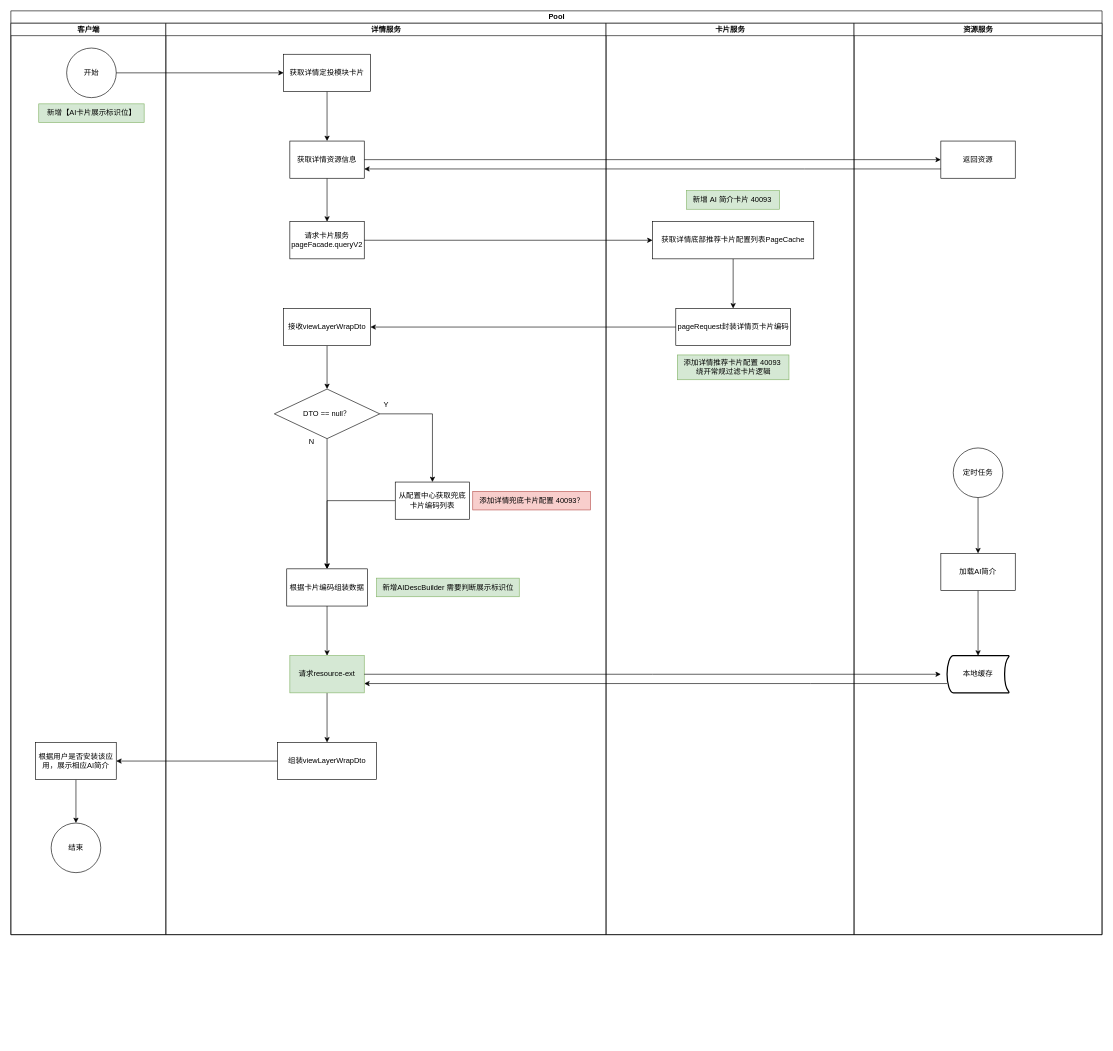
ETHAN0430/draw.io.repo keeps this draw.io diagram as 21941448 详情页新增AI简介.drawio. Above is the earlier version. Source tidied: cells renumbered, new cells numbered last; positions are measured from the earlier drawing's top-left corner, leaving out a move shared by most shapes. Both pictures are drawn from the tidied source at 62%, with x=0, y=0 at pixel (11, 11).
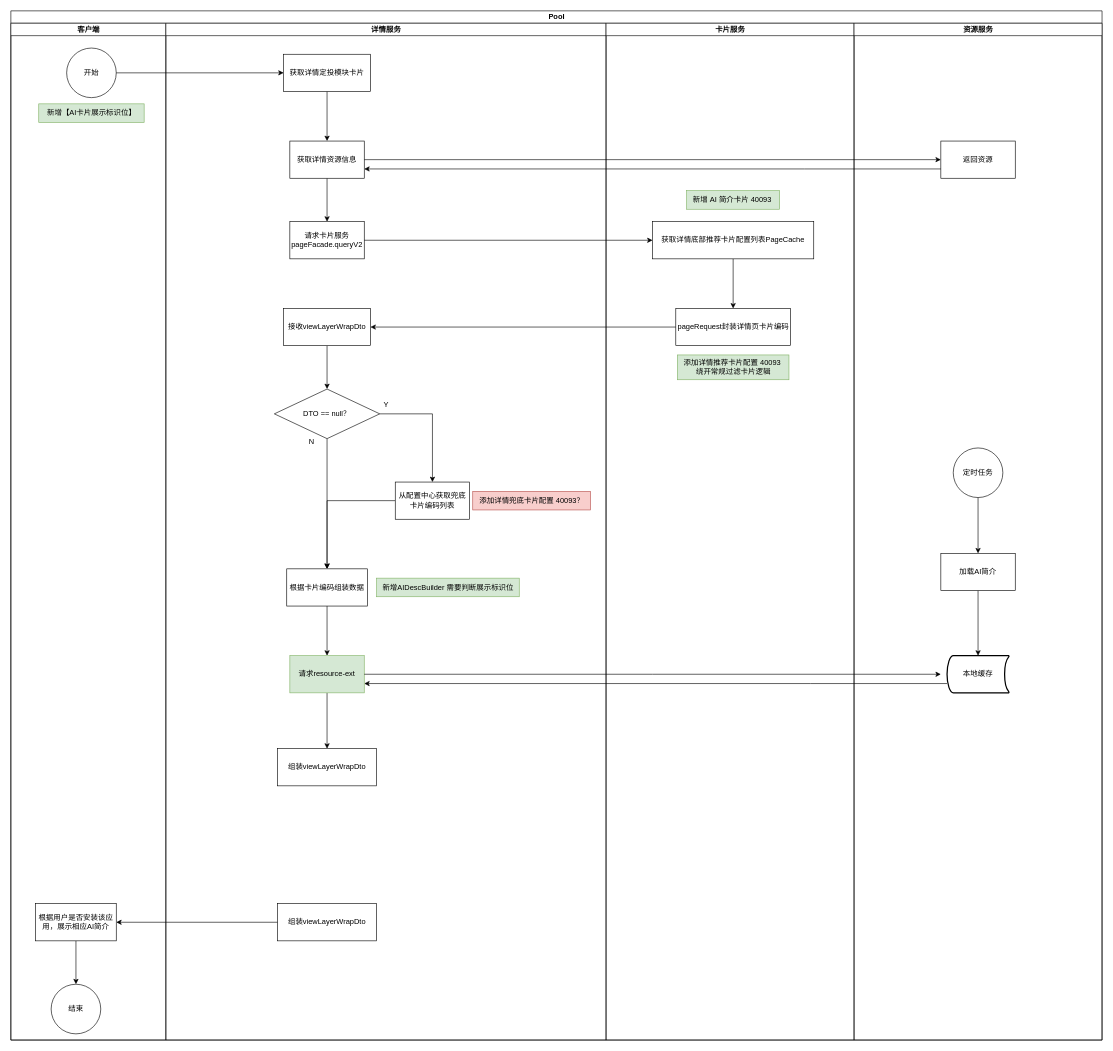
After the change.

Commit message:
更新21941448 详情页新增AI简介.drawio

Unchanged cells that the change refers to:
```xml
<mxCell id="29" value="请求resource-ext" style="whiteSpace=wrap;html=1;fillColor=#d5e8d4;strokeColor=#82b366;" parent="9" vertex="1">
  <mxGeometry x="200" y="1020" width="120" height="60" as="geometry" />
</mxCell>
```

Diff of the diagram source:
```diff
@@
     <mxCell id="2" value="Pool" style="swimlane;startSize=20;html=1;" parent="1" vertex="1">
-      <mxGeometry width="1760" height="1490" as="geometry" />
+      <mxGeometry width="1760" height="1660" as="geometry" />
     </mxCell>
     <mxCell id="3" value="客户端" style="swimlane;startSize=20;html=1;" parent="2" vertex="1">
-      <mxGeometry y="20" width="250" height="1470" as="geometry" />
+      <mxGeometry y="20" width="250" height="1640" as="geometry" />
     </mxCell>
@@
-    <mxCell id="5" style="edgeStyle=orthogonalEdgeStyle;rounded=0;jettySize=auto;html=1;" parent="3" edge="1" source="6" target="7">
-      <mxGeometry relative="1" as="geometry" />
-    </mxCell>
-    <mxCell id="6" value="根据用户是否安装该应用，展示相应AI简介" style="whiteSpace=wrap;html=1;" parent="3" vertex="1">
-      <mxGeometry x="40" y="1160" width="130" height="60" as="geometry" />
-    </mxCell>
-    <mxCell id="7" value="结束" style="ellipse;whiteSpace=wrap;html=1;" parent="3" vertex="1">
-      <mxGeometry x="65" y="1290" width="80" height="80" as="geometry" />
-    </mxCell>
@@
     <mxCell id="9" value="详情服务" style="swimlane;startSize=20;html=1;" parent="2" vertex="1">
-      <mxGeometry x="250" y="20" width="710" height="1470" as="geometry" />
+      <mxGeometry x="250" y="20" width="710" height="1640" as="geometry" />
     </mxCell>
@@
-    <mxCell id="28" style="edgeStyle=orthogonalEdgeStyle;rounded=0;jettySize=auto;html=1;" parent="9" edge="1" source="29" target="30">
-      <mxGeometry relative="1" as="geometry" />
-    </mxCell>
+    <mxCell id="52" style="edgeStyle=orthogonalEdgeStyle;rounded=0;jettySize=auto;html=1;entryX=0.5;entryY=0;entryDx=0;entryDy=0;" parent="9" edge="1" source="29" target="53">
+      <mxGeometry relative="1" as="geometry" />
+    </mxCell>
@@
+    <mxCell id="5" style="edgeStyle=orthogonalEdgeStyle;rounded=0;jettySize=auto;html=1;" parent="9" edge="1" source="6" target="7">
+      <mxGeometry relative="1" as="geometry" />
+    </mxCell>
+    <mxCell id="6" value="根据用户是否安装该应用，展示相应AI简介" style="whiteSpace=wrap;html=1;" parent="9" vertex="1">
+      <mxGeometry x="-210" y="1420" width="130" height="60" as="geometry" />
+    </mxCell>
+    <mxCell id="7" value="结束" style="ellipse;whiteSpace=wrap;html=1;" parent="9" vertex="1">
+      <mxGeometry x="-185" y="1550" width="80" height="80" as="geometry" />
+    </mxCell>
     <mxCell id="30" value="组装viewLayerWrapDto" style="whiteSpace=wrap;html=1;" parent="9" vertex="1">
-      <mxGeometry x="180" y="1160" width="160" height="60" as="geometry" />
+      <mxGeometry x="180" y="1420" width="160" height="60" as="geometry" />
     </mxCell>
+    <mxCell id="44" style="edgeStyle=orthogonalEdgeStyle;rounded=0;jettySize=auto;html=1;entryX=1;entryY=0.5;entryDx=0;entryDy=0;exitX=0;exitY=0.5;exitDx=0;exitDy=0;" parent="9" edge="1" source="30" target="6">
+      <mxGeometry relative="1" as="geometry" />
+    </mxCell>
+    <mxCell id="53" value="组装viewLayerWrapDto" style="whiteSpace=wrap;html=1;" parent="9" vertex="1">
+      <mxGeometry x="180" y="1170" width="160" height="60" as="geometry" />
+    </mxCell>
     <mxCell id="31" value="卡片服务" style="swimlane;startSize=20;html=1;" parent="2" vertex="1">
-      <mxGeometry x="960" y="20" width="400" height="1470" as="geometry" />
+      <mxGeometry x="960" y="20" width="400" height="1640" as="geometry" />
     </mxCell>
@@
     <mxCell id="37" value="资源服务" style="swimlane;startSize=20;html=1;" parent="2" vertex="1">
-      <mxGeometry x="1360" y="20" width="400" height="1470" as="geometry" />
+      <mxGeometry x="1360" y="20" width="400" height="1640" as="geometry" />
     </mxCell>
@@
-    <mxCell id="44" style="edgeStyle=orthogonalEdgeStyle;rounded=0;jettySize=auto;html=1;entryX=1;entryY=0.5;entryDx=0;entryDy=0;exitX=0;exitY=0.5;exitDx=0;exitDy=0;" parent="2" edge="1" source="30" target="6">
-      <mxGeometry relative="1" as="geometry" />
-    </mxCell>
```
